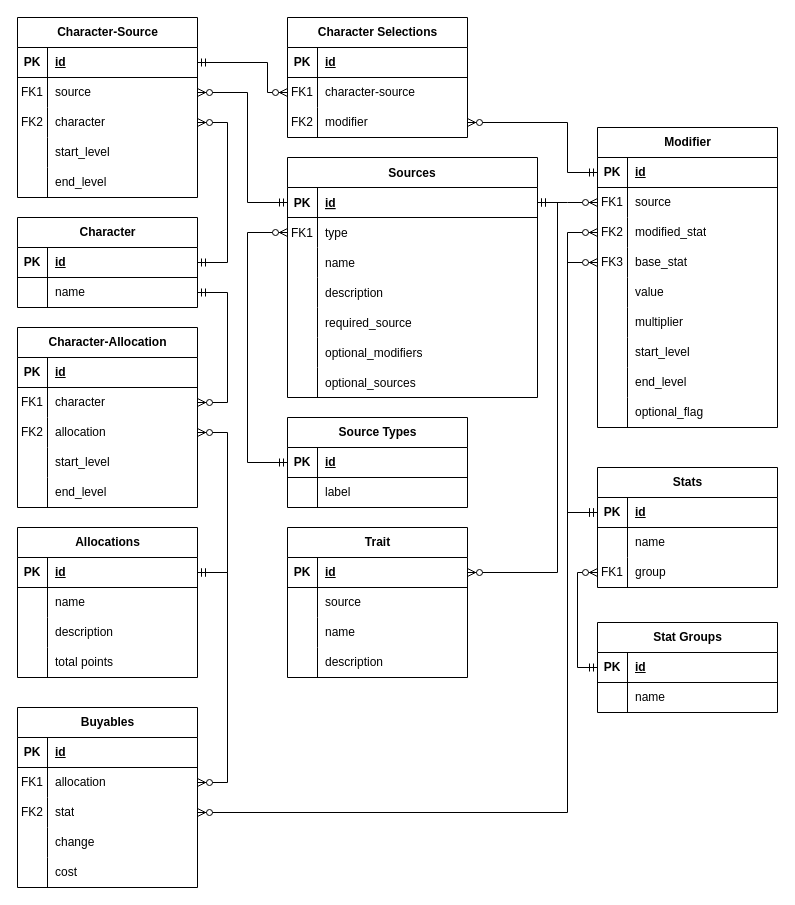
The draw.io diagram erd.drawio in UniversePenguin/dnd-character-builder, before the edit. Source tidied: cells renumbered, new cells numbered last; positions are measured from the earlier drawing's top-left corner, leaving out a move shared by most shapes. Both pictures are drawn from the tidied source at 100%, with x=0, y=0 at pixel (17, 17).
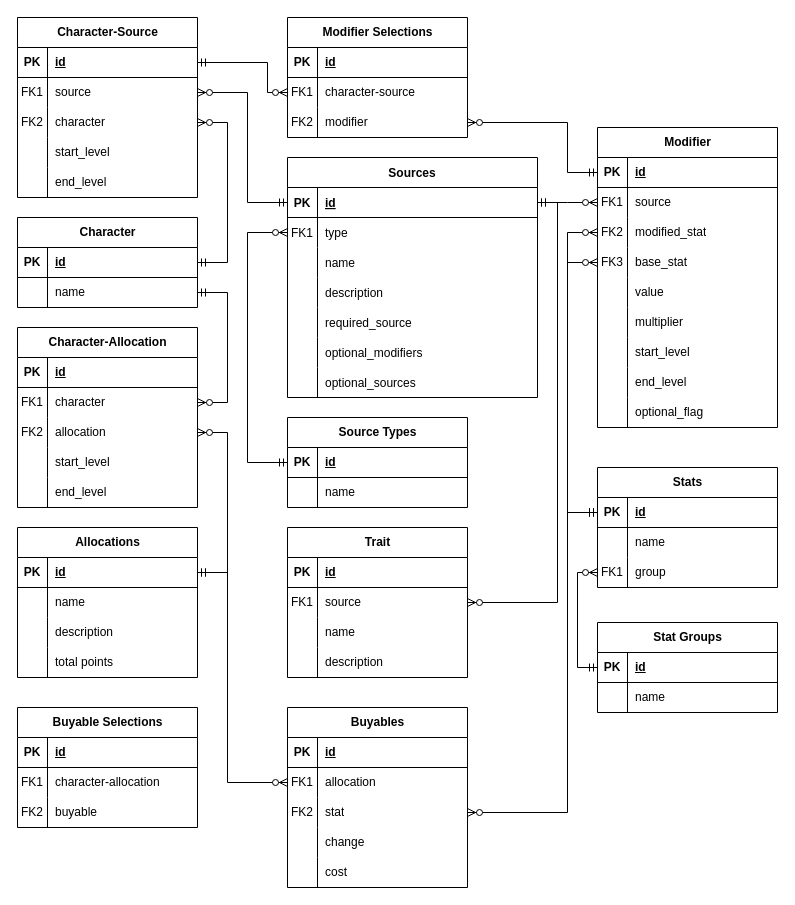
The same diagram, later.

Commit message (it also covers changes not shown here):
allocation implementation beginning

The change refers to these unchanged cells:
```xml
<mxCell id="3" style="shape=partialRectangle;fillColor=none;points=[[0,0.5],[1,0.5]];portConstraint=eastwest;top=0;left=0;right=0;bottom=1;" parent="2" vertex="1">
  <mxGeometry y="30" width="250" height="30" as="geometry" />
</mxCell>
<mxCell id="28" style="shape=tableRow;horizontal=0;startSize=0;swimlaneHead=0;swimlaneBody=0;fillColor=none;top=0;left=0;right=0;bottom=0;" parent="24" vertex="1">
  <mxGeometry y="60" width="180" height="30" as="geometry" />
</mxCell>
<mxCell id="119" style="shape=tableRow;horizontal=0;startSize=0;swimlaneHead=0;swimlaneBody=0;fillColor=none;points=[[0,0.5],[1,0.5]];portConstraint=eastwest;top=0;left=0;right=0;bottom=1;" parent="118" vertex="1">
  <mxGeometry y="30" width="180" height="30" as="geometry" />
</mxCell>
<mxCell id="122" style="shape=tableRow;horizontal=0;startSize=0;swimlaneHead=0;swimlaneBody=0;fillColor=none;points=[[0,0.5],[1,0.5]];portConstraint=eastwest;top=0;left=0;right=0;bottom=0;" parent="118" vertex="1">
  <mxGeometry y="60" width="180" height="30" as="geometry" />
</mxCell>
<mxCell id="133" style="shape=tableRow;horizontal=0;startSize=0;swimlaneHead=0;swimlaneBody=0;fillColor=none;points=[[0,0.5],[1,0.5]];portConstraint=eastwest;top=0;left=0;right=0;bottom=1;" parent="132" vertex="1">
  <mxGeometry y="30" width="180" height="30" as="geometry" />
</mxCell>
<mxCell id="167" style="shape=tableRow;horizontal=0;startSize=0;swimlaneHead=0;swimlaneBody=0;fillColor=none;points=[[0,0.5],[1,0.5]];portConstraint=eastwest;top=0;left=0;right=0;bottom=0;" parent="163" vertex="1">
  <mxGeometry y="60" width="180" height="30" as="geometry" />
</mxCell>
```

Change to the diagram source:
```diff
@@
-    <mxCell id="30" value="label" style="shape=partialRectangle;fillColor=none;top=0;left=0;bottom=0;right=0;align=left;spacingLeft=6;overflow=hidden;whiteSpace=wrap;html=1;" parent="28" vertex="1">
+    <mxCell id="30" value="name" style="shape=partialRectangle;fillColor=none;top=0;left=0;bottom=0;right=0;align=left;spacingLeft=6;overflow=hidden;whiteSpace=wrap;html=1;" parent="28" vertex="1">
       <mxGeometry x="30" width="150" height="30" as="geometry" />
     </mxCell>
@@
-    <mxCell id="106" value="Character Selections" style="shape=table;startSize=30;childLayout=tableLayout;rowLines=0;fontStyle=1;align=center;html=1;" parent="1" vertex="1">
+    <mxCell id="106" value="Modifier Selections" style="shape=table;startSize=30;childLayout=tableLayout;rowLines=0;fontStyle=1;align=center;html=1;" parent="1" vertex="1">
       <mxGeometry x="270" width="180" height="120" as="geometry" />
     </mxCell>
@@
-    <mxCell id="123" style="shape=partialRectangle;fillColor=none;top=0;left=0;bottom=0;right=0;overflow=hidden;whiteSpace=wrap;html=1;" parent="122" vertex="1">
+    <mxCell id="123" value="FK1" style="shape=partialRectangle;fillColor=none;top=0;left=0;bottom=0;right=0;overflow=hidden;whiteSpace=wrap;html=1;" parent="122" vertex="1">
       <mxGeometry width="30" height="30" as="geometry" />
     </mxCell>
@@
-    <mxCell id="131" style="edgeStyle=orthogonalEdgeStyle;fontSize=12;html=1;endArrow=ERzeroToMany;startArrow=ERmandOne;rounded=0;exitX=1;exitY=0.5;exitDx=0;exitDy=0;entryX=1;entryY=0.5;entryDx=0;entryDy=0;" parent="1" edge="1" source="3" target="119">
+    <mxCell id="131" style="edgeStyle=orthogonalEdgeStyle;fontSize=12;html=1;endArrow=ERzeroToMany;startArrow=ERmandOne;rounded=0;exitX=1;exitY=0.5;exitDx=0;exitDy=0;entryX=1;entryY=0.5;entryDx=0;entryDy=0;" parent="1" edge="1" source="3" target="122">
       <mxGeometry relative="1" as="geometry">
         <Array as="points">
           <mxPoint x="540" y="185" />
-          <mxPoint x="540" y="555" />
+          <mxPoint x="540" y="585" />
         </Array>
       </mxGeometry>
     </mxCell>
@@
     <mxCell id="163" value="Buyables" style="shape=table;startSize=30;childLayout=tableLayout;rowLines=0;fontStyle=1;align=center;html=1;" parent="1" vertex="1">
-      <mxGeometry y="690" width="180" height="180" as="geometry" />
+      <mxGeometry x="270" y="690" width="180" height="180" as="geometry" />
     </mxCell>
@@
-    <mxCell id="180" style="edgeStyle=entityRelationEdgeStyle;fontSize=12;html=1;endArrow=ERzeroToMany;startArrow=ERmandOne;rounded=0;entryX=1;entryY=0.5;entryDx=0;entryDy=0;exitX=1;exitY=0.5;exitDx=0;exitDy=0;" parent="1" edge="1" source="133" target="167">
-      <mxGeometry relative="1" as="geometry" />
+    <mxCell id="180" style="edgeStyle=orthogonalEdgeStyle;fontSize=12;html=1;endArrow=ERzeroToMany;startArrow=ERmandOne;rounded=0;exitX=1;exitY=0.5;exitDx=0;exitDy=0;entryX=0;entryY=0.5;entryDx=0;entryDy=0;" parent="1" edge="1" source="133" target="167">
+      <mxGeometry relative="1" as="geometry">
+        <Array as="points">
+          <mxPoint x="210" y="555" />
+          <mxPoint x="210" y="765" />
+        </Array>
+      </mxGeometry>
     </mxCell>
+    <mxCell id="181" value="Buyable Selections" style="shape=table;startSize=30;childLayout=tableLayout;rowLines=0;fontStyle=1;align=center;html=1;" parent="1" vertex="1">
+      <mxGeometry y="690" width="180" height="120" as="geometry" />
+    </mxCell>
+    <mxCell id="182" style="shape=tableRow;horizontal=0;startSize=0;swimlaneHead=0;swimlaneBody=0;fillColor=none;top=0;left=0;right=0;bottom=1;" parent="181" vertex="1">
+      <mxGeometry y="30" width="180" height="30" as="geometry" />
+    </mxCell>
+    <mxCell id="183" value="PK" style="shape=partialRectangle;fillColor=none;top=0;left=0;bottom=0;right=0;fontStyle=1;overflow=hidden;whiteSpace=wrap;html=1;" parent="182" vertex="1">
+      <mxGeometry width="30" height="30" as="geometry" />
+    </mxCell>
+    <mxCell id="184" value="id" style="shape=partialRectangle;fillColor=none;top=0;left=0;bottom=0;right=0;align=left;spacingLeft=6;fontStyle=5;overflow=hidden;whiteSpace=wrap;html=1;" parent="182" vertex="1">
+      <mxGeometry x="30" width="150" height="30" as="geometry" />
+    </mxCell>
+    <mxCell id="185" style="shape=tableRow;horizontal=0;startSize=0;swimlaneHead=0;swimlaneBody=0;fillColor=none;top=0;left=0;right=0;bottom=0;" parent="181" vertex="1">
+      <mxGeometry y="60" width="180" height="30" as="geometry" />
+    </mxCell>
+    <mxCell id="186" value="FK1" style="shape=partialRectangle;fillColor=none;top=0;left=0;bottom=0;right=0;overflow=hidden;whiteSpace=wrap;html=1;" parent="185" vertex="1">
+      <mxGeometry width="30" height="30" as="geometry" />
+    </mxCell>
+    <mxCell id="187" value="character-allocation" style="shape=partialRectangle;fillColor=none;top=0;left=0;bottom=0;right=0;align=left;spacingLeft=6;overflow=hidden;whiteSpace=wrap;html=1;" parent="185" vertex="1">
+      <mxGeometry x="30" width="150" height="30" as="geometry" />
+    </mxCell>
+    <mxCell id="188" style="shape=tableRow;horizontal=0;startSize=0;swimlaneHead=0;swimlaneBody=0;fillColor=none;top=0;left=0;right=0;bottom=0;" parent="181" vertex="1">
+      <mxGeometry y="90" width="180" height="30" as="geometry" />
+    </mxCell>
+    <mxCell id="189" value="FK2" style="shape=partialRectangle;fillColor=none;top=0;left=0;bottom=0;right=0;overflow=hidden;whiteSpace=wrap;html=1;" parent="188" vertex="1">
+      <mxGeometry width="30" height="30" as="geometry" />
+    </mxCell>
+    <mxCell id="190" value="buyable" style="shape=partialRectangle;fillColor=none;top=0;left=0;bottom=0;right=0;align=left;spacingLeft=6;overflow=hidden;whiteSpace=wrap;html=1;" parent="188" vertex="1">
+      <mxGeometry x="30" width="150" height="30" as="geometry" />
+    </mxCell>
```
